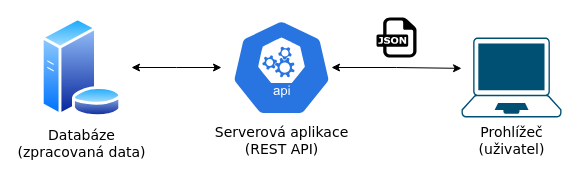
This is page "Page-2" (2 of 2) of mt-diagrams.drawio from jakjsmenatom/data, a draw.io file, before an edit. Source tidied: cells renumbered, new cells numbered last; positions are measured from the earlier drawing's top-left corner, leaving out a move shared by most shapes. Both pictures are drawn from the tidied source at 100%, with x=0, y=0 at pixel (31, 17).
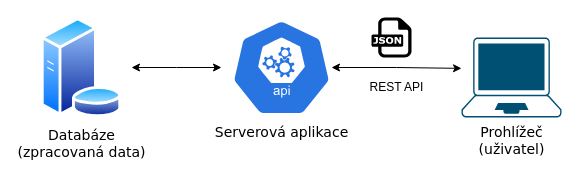
After the change.

Change to the diagram source:
```diff
@@
 <mxGraphModel>
   <root>
     <mxCell id="0" />
     <mxCell id="1" parent="0" />
     <mxCell id="2" style="edgeStyle=orthogonalEdgeStyle;rounded=0;jettySize=auto;html=1;fontFamily=Verdana;fontSize=14;strokeWidth=1;startArrow=classic;startFill=1;exitX=1;exitY=0.5;exitDx=0;exitDy=0;" parent="1" edge="1" source="3">
       <mxGeometry relative="1" as="geometry">
         <mxPoint x="190" y="50" as="targetPoint" />
       </mxGeometry>
     </mxCell>
     <mxCell id="3" value="Databáze&lt;br style=&quot;font-size: 14px&quot;&gt;(zpracovaná data)" style="perimeter=ellipsePerimeter;html=1;align=center;shadow=0;dashed=0;spacingTop=3;image;image=img/lib/active_directory/database_server.svg;fontSize=14;fontFamily=Verdana;" parent="1" vertex="1">
       <mxGeometry width="100" height="100" as="geometry" />
     </mxCell>
     <mxCell id="4" style="dashed=0;html=1;align=center;labelPosition=center;verticalLabelPosition=bottom;verticalAlign=top;shape=mxgraph.weblogos.json;labelBorderColor=none;fontFamily=Verdana;fontSize=14;strokeWidth=1;fillColor=#000000;" parent="1" vertex="1">
-      <mxGeometry x="345" width="40" height="40" as="geometry" />
+      <mxGeometry x="340" width="40" height="40" as="geometry" />
     </mxCell>
     <mxCell id="5" value="Prohlížeč&lt;br&gt;(uživatel)" style="points=[[0.13,0.02,0],[0.5,0,0],[0.87,0.02,0],[0.885,0.4,0],[0.985,0.985,0],[0.5,1,0],[0.015,0.985,0],[0.115,0.4,0]];verticalLabelPosition=bottom;sketch=0;html=1;verticalAlign=top;align=center;shape=mxgraph.cisco19.laptop;fillColor=#005073;strokeColor=none;labelBorderColor=none;fontFamily=Verdana;fontSize=14;" parent="1" vertex="1">
       <mxGeometry x="430" y="20" width="100" height="80" as="geometry" />
     </mxCell>
     <mxCell id="6" style="edgeStyle=orthogonalEdgeStyle;rounded=0;jettySize=auto;html=1;fontFamily=Verdana;fontSize=14;startArrow=classic;startFill=1;strokeWidth=1;entryX=0;entryY=0.386;entryDx=0;entryDy=0;entryPerimeter=0;" parent="1" edge="1" source="7" target="5">
       <mxGeometry relative="1" as="geometry" />
     </mxCell>
-    <mxCell id="7" value="Serverová aplikace&lt;br&gt;(REST API)" style="sketch=0;html=1;dashed=0;whitespace=wrap;fillColor=#2875E2;strokeColor=#ffffff;points=[[0.005,0.63,0],[0.1,0.2,0],[0.9,0.2,0],[0.5,0,0],[0.995,0.63,0],[0.72,0.99,0],[0.5,1,0],[0.28,0.99,0]];shape=mxgraph.kubernetes.icon;prIcon=api;labelBorderColor=none;fontFamily=Verdana;fontSize=14;labelPosition=center;verticalLabelPosition=bottom;align=center;verticalAlign=top;" parent="1" vertex="1">
+    <mxCell id="7" value="Serverová aplikace" style="sketch=0;html=1;dashed=0;whitespace=wrap;fillColor=#2875E2;strokeColor=#ffffff;points=[[0.005,0.63,0],[0.1,0.2,0],[0.9,0.2,0],[0.5,0,0],[0.995,0.63,0],[0.72,0.99,0],[0.5,1,0],[0.28,0.99,0]];shape=mxgraph.kubernetes.icon;prIcon=api;labelBorderColor=none;fontFamily=Verdana;fontSize=14;labelPosition=center;verticalLabelPosition=bottom;align=center;verticalAlign=top;" parent="1" vertex="1">
       <mxGeometry x="200" width="100" height="100" as="geometry" />
     </mxCell>
+    <mxCell id="8" value="REST API" style="text;html=1;align=center;verticalAlign=middle;strokeColor=none;fillColor=none;" parent="1" vertex="1">
+      <mxGeometry x="330" y="60" width="70" height="20" as="geometry" />
+    </mxCell>
   </root>
 </mxGraphModel>
```
